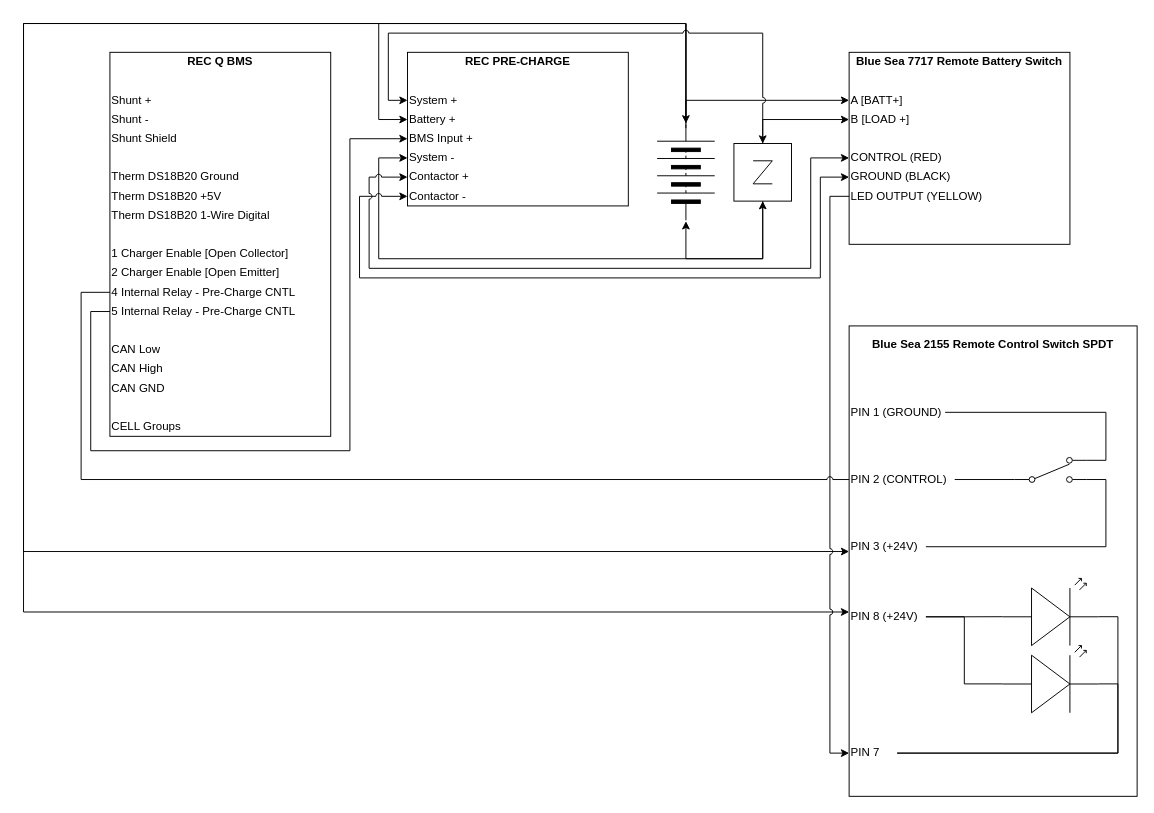
The draw.io diagram page "Default" (1 of 2) of van/electrical/BMS_wiring_logic/REC_Q_BMS_Wiring_Logic.drawio in natecostello/van_two_point_oh, before the edit. Source tidied: cells renumbered, new cells numbered last; positions are measured from the earlier drawing's top-left corner, leaving out a move shared by most shapes. Both pictures are drawn from the tidied source at 96%, with x=0, y=0 at pixel (23, 23).
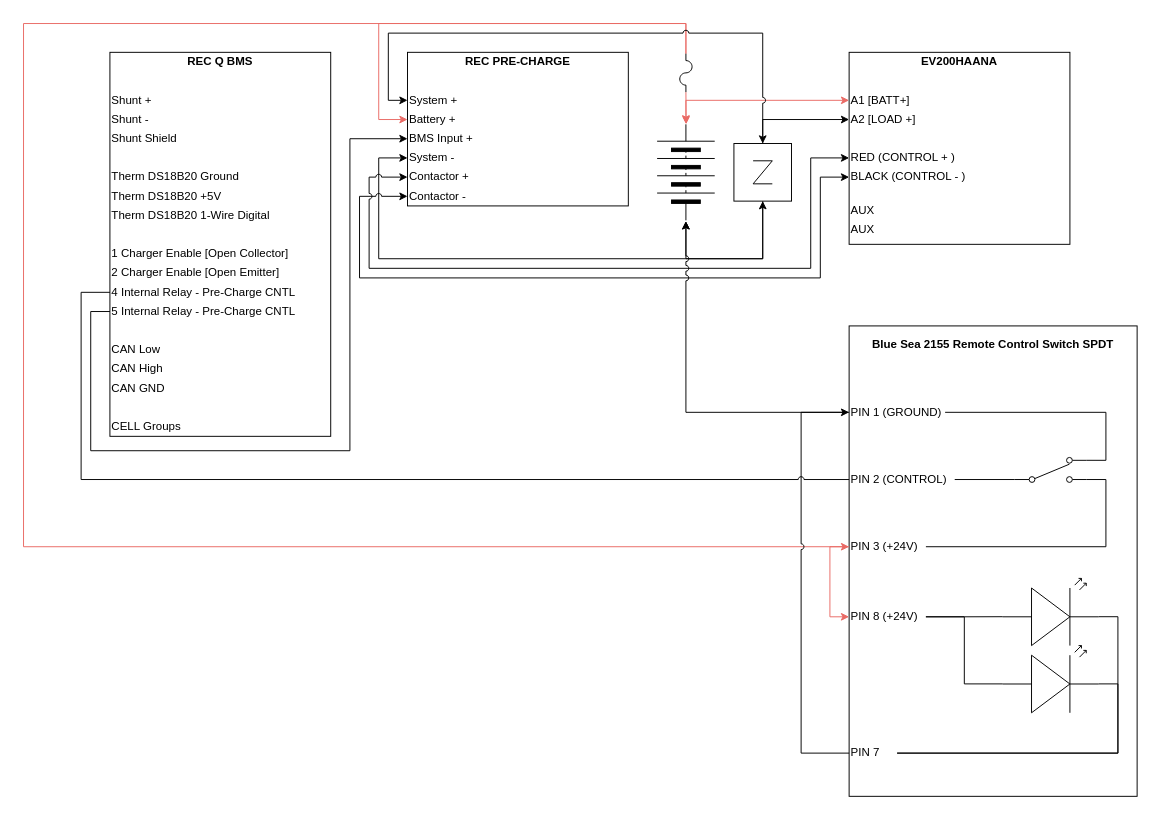
After the change.

The change refers to these unchanged cells:
```xml
<mxCell id="8" value="Battery +" style="text;html=1;strokeColor=none;fillColor=none;align=left;verticalAlign=middle;whiteSpace=wrap;rounded=0;" parent="3" vertex="1">
  <mxGeometry y="60" width="200" height="20" as="geometry" />
</mxCell>
<mxCell id="16" style="verticalLabelPosition=bottom;shadow=0;dashed=0;align=center;html=1;verticalAlign=top;shape=mxgraph.electrical.miscellaneous.batteryStack;rotation=-90;perimeterSpacing=1;fillColor=#000000;" parent="1" vertex="1">
  <mxGeometry x="640" y="125" width="100" height="60" as="geometry" />
</mxCell>
<mxCell id="42" style="group;" parent="1" vertex="1">
  <mxGeometry x="860" y="30" width="230" height="200" as="geometry" />
</mxCell>
<mxCell id="50" style="group;" parent="1" vertex="1">
  <mxGeometry x="860" y="315" width="300" height="490" as="geometry" />
</mxCell>
<mxCell id="57" value="PIN 8 (+24V)" style="text;html=1;strokeColor=none;fillColor=none;align=left;verticalAlign=middle;whiteSpace=wrap;rounded=0;" parent="50" vertex="1">
  <mxGeometry y="293" width="80" height="20" as="geometry" />
</mxCell>
<mxCell id="58" value="PIN 7" style="text;html=1;strokeColor=none;fillColor=none;align=left;verticalAlign=middle;whiteSpace=wrap;rounded=0;" parent="50" vertex="1">
  <mxGeometry y="435" width="50" height="20" as="geometry" />
</mxCell>
<mxCell id="61" value="PIN 3 (+24V)" style="text;html=1;strokeColor=none;fillColor=none;align=left;verticalAlign=middle;whiteSpace=wrap;rounded=0;" parent="50" vertex="1">
  <mxGeometry y="220" width="80" height="20" as="geometry" />
</mxCell>
<mxCell id="65" value="PIN 1 (GROUND)" style="text;html=1;strokeColor=none;fillColor=none;align=left;verticalAlign=middle;whiteSpace=wrap;rounded=0;" parent="50" vertex="1">
  <mxGeometry y="80" width="100" height="20" as="geometry" />
</mxCell>
```

The edit, as a diff of the source:
```diff
@@
-    <mxCell id="12" style="edgeStyle=orthogonalEdgeStyle;rounded=0;jumpStyle=arc;jettySize=auto;html=1;exitX=1;exitY=0.5;exitDx=0;exitDy=0;entryX=0;entryY=0.5;entryDx=0;entryDy=0;" parent="1" edge="1" source="16" target="8">
+    <mxCell id="12" style="edgeStyle=orthogonalEdgeStyle;rounded=0;jumpStyle=arc;jettySize=auto;html=1;exitX=1;exitY=0.5;exitDx=0;exitDy=0;entryX=0;entryY=0.5;entryDx=0;entryDy=0;strokeColor=#EA6B66;exitPerimeter=0;" parent="1" edge="1" source="77" target="8">
       <mxGeometry relative="1" as="geometry">
         <Array as="points">
           <mxPoint x="690" />
           <mxPoint x="370" />
           <mxPoint x="370" y="100" />
         </Array>
       </mxGeometry>
     </mxCell>
-    <mxCell id="13" style="edgeStyle=orthogonalEdgeStyle;rounded=0;jettySize=auto;html=1;exitX=1;exitY=0.5;exitDx=0;exitDy=0;entryX=0;entryY=0.5;entryDx=0;entryDy=0;startArrow=classic;startFill=1;" parent="1" edge="1" source="16" target="44">
+    <mxCell id="13" style="edgeStyle=orthogonalEdgeStyle;rounded=0;jettySize=auto;html=1;exitX=1;exitY=0.5;exitDx=0;exitDy=0;entryX=0;entryY=0.5;entryDx=0;entryDy=0;startArrow=classic;startFill=1;strokeColor=#EA6B66;" parent="1" edge="1" source="16" target="44">
       <mxGeometry relative="1" as="geometry">
         <Array as="points">
           <mxPoint x="690" y="80" />
         </Array>
       </mxGeometry>
     </mxCell>
-    <mxCell id="14" style="edgeStyle=orthogonalEdgeStyle;rounded=0;orthogonalLoop=1;jettySize=auto;html=1;exitX=1;exitY=0.5;exitDx=0;exitDy=0;entryX=0;entryY=0.5;entryDx=0;entryDy=0;" parent="1" edge="1">
-      <mxGeometry relative="1" as="geometry">
-        <mxPoint x="690" y="99" as="sourcePoint" />
-        <mxPoint x="860" y="613" as="targetPoint" />
-        <Array as="points">
-          <mxPoint x="690" />
-          <mxPoint />
-          <mxPoint y="613" />
-        </Array>
-      </mxGeometry>
-    </mxCell>
-    <mxCell id="15" style="edgeStyle=orthogonalEdgeStyle;rounded=0;orthogonalLoop=1;jettySize=auto;html=1;exitX=1;exitY=0.5;exitDx=0;exitDy=0;entryX=0;entryY=0.5;entryDx=0;entryDy=0;" parent="1" edge="1">
+    <mxCell id="15" style="edgeStyle=orthogonalEdgeStyle;rounded=0;jettySize=auto;html=1;exitX=1;exitY=0.5;exitDx=0;exitDy=0;entryX=0;entryY=0.5;entryDx=0;entryDy=0;startArrow=none;strokeColor=#EA6B66;" parent="1" edge="1" source="77" target="61">
       <mxGeometry relative="1" as="geometry">
-        <mxPoint x="690" y="109" as="sourcePoint" />
-        <mxPoint x="860" y="550" as="targetPoint" />
         <Array as="points">
-          <mxPoint x="690" />
           <mxPoint />
-          <mxPoint y="550" />
+          <mxPoint y="545" />
         </Array>
       </mxGeometry>
     </mxCell>
@@
-    <mxCell id="44" value="A [BATT+]" style="text;html=1;strokeColor=none;fillColor=none;align=left;verticalAlign=middle;whiteSpace=wrap;rounded=0;" parent="42" vertex="1">
+    <mxCell id="44" value="A1 [BATT+]" style="text;html=1;strokeColor=none;fillColor=none;align=left;verticalAlign=middle;whiteSpace=wrap;rounded=0;" parent="42" vertex="1">
       <mxGeometry y="40" width="200" height="20" as="geometry" />
     </mxCell>
-    <mxCell id="45" value="GROUND (BLACK)" style="text;html=1;strokeColor=none;fillColor=none;align=left;verticalAlign=middle;whiteSpace=wrap;rounded=0;" parent="42" vertex="1">
+    <mxCell id="45" value="BLACK (CONTROL - )" style="text;html=1;strokeColor=none;fillColor=none;align=left;verticalAlign=middle;whiteSpace=wrap;rounded=0;" parent="42" vertex="1">
       <mxGeometry y="120" width="200" height="20" as="geometry" />
     </mxCell>
-    <mxCell id="46" value="B [LOAD +]" style="text;html=1;strokeColor=none;fillColor=none;align=left;verticalAlign=middle;whiteSpace=wrap;rounded=0;" parent="42" vertex="1">
+    <mxCell id="46" value="A2 [LOAD +]" style="text;html=1;strokeColor=none;fillColor=none;align=left;verticalAlign=middle;whiteSpace=wrap;rounded=0;" parent="42" vertex="1">
       <mxGeometry y="60" width="200" height="20" as="geometry" />
     </mxCell>
-    <mxCell id="47" value="CONTROL (RED)" style="text;html=1;strokeColor=none;fillColor=none;align=left;verticalAlign=middle;whiteSpace=wrap;rounded=0;" parent="42" vertex="1">
+    <mxCell id="47" value="RED (CONTROL + )" style="text;html=1;strokeColor=none;fillColor=none;align=left;verticalAlign=middle;whiteSpace=wrap;rounded=0;" parent="42" vertex="1">
       <mxGeometry y="100" width="200" height="20" as="geometry" />
     </mxCell>
-    <mxCell id="48" value="&lt;b&gt;Blue Sea 7717 Remote Battery Switch&lt;/b&gt;" style="text;html=1;strokeColor=none;fillColor=none;align=center;verticalAlign=middle;whiteSpace=wrap;rounded=0;" parent="42" vertex="1">
+    <mxCell id="48" value="&lt;b&gt;EV200HAANA&lt;/b&gt;" style="text;html=1;strokeColor=none;fillColor=none;align=center;verticalAlign=middle;whiteSpace=wrap;rounded=0;" parent="42" vertex="1">
       <mxGeometry width="230" height="20" as="geometry" />
     </mxCell>
-    <mxCell id="49" value="LED OUTPUT (YELLOW)" style="text;html=1;strokeColor=none;fillColor=none;align=left;verticalAlign=middle;whiteSpace=wrap;rounded=0;" parent="42" vertex="1">
-      <mxGeometry y="140" width="200" height="20" as="geometry" />
-    </mxCell>
+    <mxCell id="71" value="AUX&amp;nbsp;" style="text;html=1;strokeColor=none;fillColor=none;align=left;verticalAlign=middle;whiteSpace=wrap;rounded=0;" parent="42" vertex="1">
+      <mxGeometry y="155" width="200" height="20" as="geometry" />
+    </mxCell>
+    <mxCell id="72" value="AUX" style="text;html=1;strokeColor=none;fillColor=none;align=left;verticalAlign=middle;whiteSpace=wrap;rounded=0;" parent="42" vertex="1">
+      <mxGeometry y="175" width="200" height="20" as="geometry" />
+    </mxCell>
@@
+    <mxCell id="73" style="edgeStyle=orthogonalEdgeStyle;rounded=0;jumpStyle=arc;jettySize=auto;html=1;exitX=0;exitY=0.5;exitDx=0;exitDy=0;entryX=0;entryY=0.5;entryDx=0;entryDy=0;" parent="50" edge="1" source="58" target="65">
+      <mxGeometry relative="1" as="geometry">
+        <Array as="points">
+          <mxPoint x="-50" y="445" />
+          <mxPoint x="-50" y="90" />
+        </Array>
+      </mxGeometry>
+    </mxCell>
@@
+    <mxCell id="74" style="edgeStyle=orthogonalEdgeStyle;rounded=0;jumpStyle=arc;jettySize=auto;html=1;exitX=0;exitY=0.5;exitDx=0;exitDy=0;entryX=0;entryY=0.5;entryDx=0;entryDy=0;strokeColor=#EA6B66;" parent="50" edge="1" source="61" target="57">
+      <mxGeometry relative="1" as="geometry" />
+    </mxCell>
@@
-    <mxCell id="68" style="edgeStyle=orthogonalEdgeStyle;rounded=0;jettySize=auto;html=1;exitX=0;exitY=0.5;exitDx=0;exitDy=0;entryX=0;entryY=0.5;entryDx=0;entryDy=0;endArrow=classic;endFill=1;jumpStyle=arc;" parent="1" edge="1" source="49" target="58">
-      <mxGeometry relative="1" as="geometry" />
-    </mxCell>
@@
+    <mxCell id="75" style="edgeStyle=orthogonalEdgeStyle;rounded=0;jumpStyle=arc;jettySize=auto;html=1;exitX=0;exitY=0.5;exitDx=0;exitDy=0;entryX=0;entryY=0.5;entryDx=0;entryDy=0;" parent="1" edge="1" source="65" target="16">
+      <mxGeometry relative="1" as="geometry" />
+    </mxCell>
+    <mxCell id="76" style="edgeStyle=orthogonalEdgeStyle;rounded=0;jumpStyle=arc;jettySize=auto;html=1;exitX=0;exitY=0.5;exitDx=0;exitDy=0;exitPerimeter=0;strokeColor=#EA6B66;" parent="1" edge="1" source="77">
+      <mxGeometry relative="1" as="geometry">
+        <mxPoint x="690.2" y="105" as="targetPoint" />
+      </mxGeometry>
+    </mxCell>
+    <mxCell id="77" style="verticalLabelPosition=bottom;shadow=0;dashed=0;align=center;html=1;verticalAlign=top;shape=mxgraph.electrical.miscellaneous.fuse_4;rotation=-90;" parent="1" vertex="1">
+      <mxGeometry x="670" y="45" width="40" height="12.8" as="geometry" />
+    </mxCell>
```
